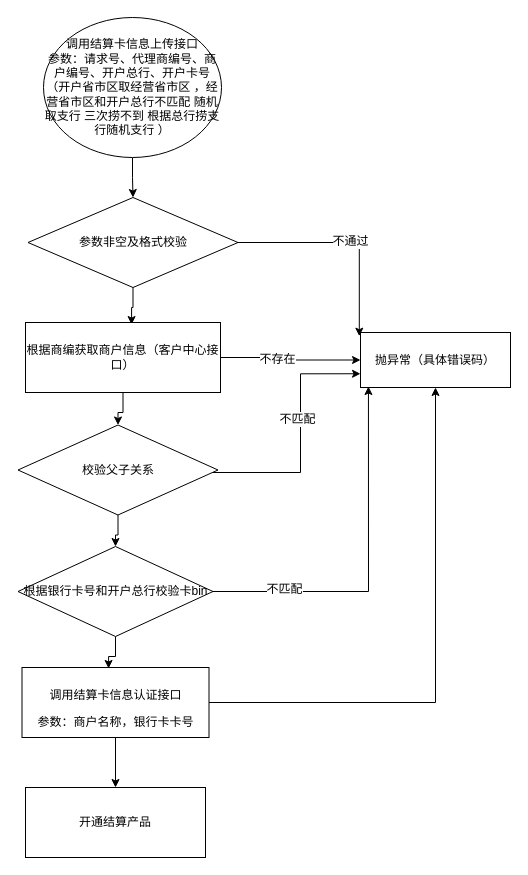
cp0802/drawioRep keeps this draw.io diagram as 提交结算卡信息开通结算.drawio. Above is the earlier version. Source tidied: cells renumbered, new cells numbered last; positions are measured from the earlier drawing's top-left corner, leaving out a move shared by most shapes. Both pictures are drawn from the tidied source at 100%, with x=0, y=0 at pixel (18, 17).
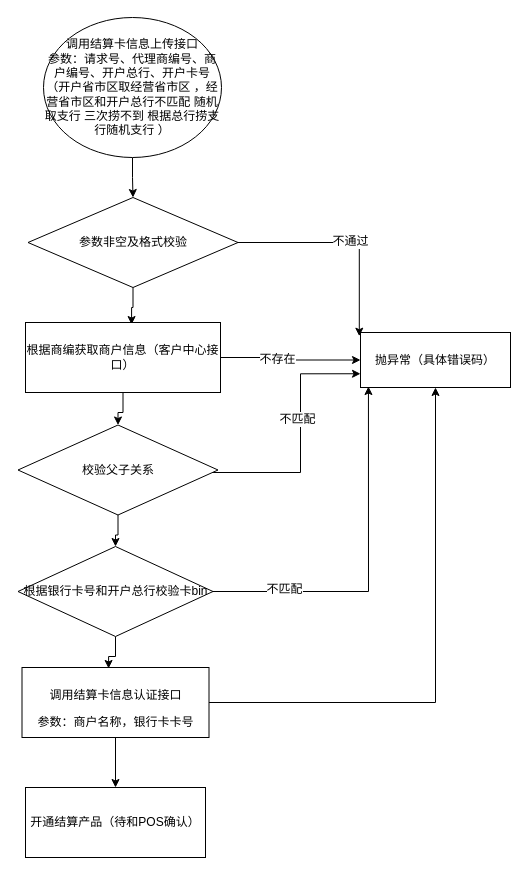
The same page after the edit.

Commit message:
Update 提交结算卡信息开通结算.drawio

Diff of the diagram source:
```diff
@@
-    <mxCell id="24" value="开通结算产品" style="rounded=0;whiteSpace=wrap;html=1;" parent="1" vertex="1">
+    <mxCell id="24" value="开通结算产品（待和POS确认）" style="rounded=0;whiteSpace=wrap;html=1;" parent="1" vertex="1">
       <mxGeometry x="7" y="770" width="180" height="70" as="geometry" />
     </mxCell>
```
